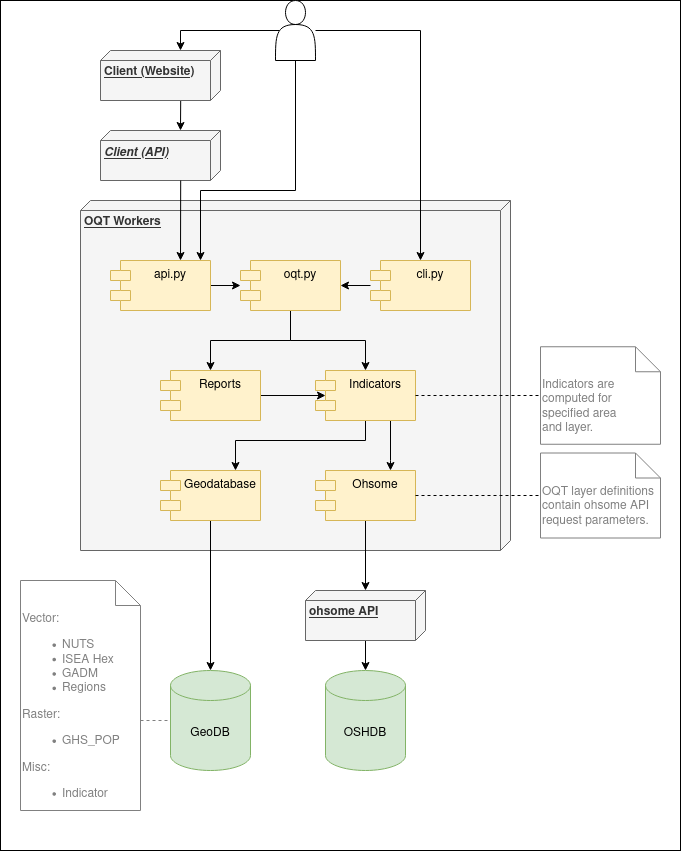
This is docs/img/UML-Component-Diagram.png from GIScience/ohsome-quality-api, a draw.io export, as it was before one commit. Source tidied: cells renumbered, new cells last; positions are measured from the earlier drawing's top-left corner, leaving out a move shared by most shapes.
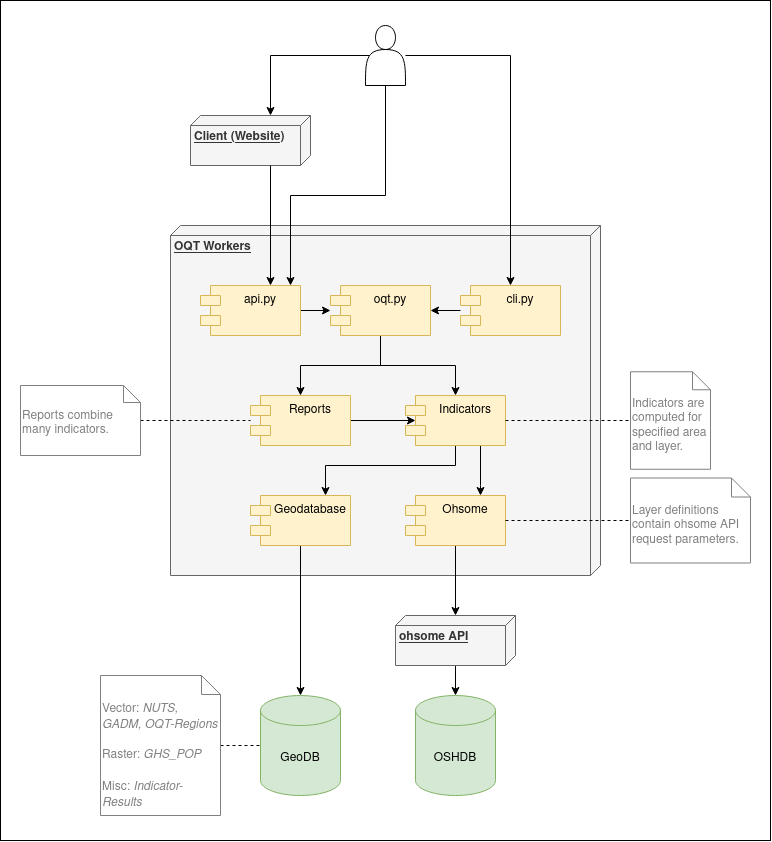
After the commit.

Commit message:
Update UML Component Diagram

What changed in the source:
```diff
@@ -3,7 +3,7 @@
     <mxCell id="0" />
     <mxCell id="1" parent="0" />
     <mxCell id="2" style="rounded=0;whiteSpace=wrap;html=1;" parent="1" vertex="1">
-      <mxGeometry width="680" height="850" as="geometry" />
+      <mxGeometry x="-90" y="-25" width="770" height="840" as="geometry" />
     </mxCell>
     <mxCell id="3" value="&lt;b&gt;OQT Workers&lt;br&gt;&lt;/b&gt;" style="verticalAlign=top;align=left;spacingTop=8;spacingLeft=2;spacingRight=12;shape=cube;size=10;direction=south;fontStyle=4;html=1;fillColor=#f5f5f5;strokeColor=#666666;fontColor=#333333;" parent="1" vertex="1">
       <mxGeometry x="80" y="200" width="430" height="350" as="geometry" />
@@ -54,9 +54,8 @@
     <mxCell id="15" value="Indicators" style="shape=module;align=left;spacingLeft=20;align=center;verticalAlign=top;fillColor=#fff2cc;strokeColor=#d6b656;" parent="1" vertex="1">
       <mxGeometry x="315" y="370" width="100" height="50" as="geometry" />
     </mxCell>
-    <mxCell id="16" style="edgeStyle=orthogonalEdgeStyle;rounded=0;jettySize=auto;html=1;entryX=0;entryY=0;entryDx=0;entryDy=55;entryPerimeter=0;exitX=0.9;exitY=0.5;exitDx=0;exitDy=0;exitPerimeter=0;" parent="1" edge="1" source="19">
+    <mxCell id="16" style="edgeStyle=orthogonalEdgeStyle;rounded=0;jettySize=auto;html=1;exitX=0.9;exitY=0.5;exitDx=0;exitDy=0;exitPerimeter=0;" parent="1" edge="1" source="19" target="21">
       <mxGeometry relative="1" as="geometry">
-        <mxPoint x="180" y="50" as="targetPoint" />
         <Array as="points">
           <mxPoint x="180" y="30" />
         </Array>
@@ -69,22 +68,16 @@
       <mxGeometry relative="1" as="geometry">
         <mxPoint x="200" y="260" as="targetPoint" />
         <Array as="points">
-          <mxPoint x="295" y="190" />
-          <mxPoint x="200" y="190" />
+          <mxPoint x="295" y="170" />
+          <mxPoint x="200" y="170" />
         </Array>
       </mxGeometry>
     </mxCell>
     <mxCell id="19" style="shape=actor;whiteSpace=wrap;html=1;flipH=1;" parent="1" vertex="1">
       <mxGeometry x="275" width="40" height="60" as="geometry" />
     </mxCell>
-    <mxCell id="20" style="rounded=0;orthogonalLoop=1;jettySize=auto;html=1;edgeStyle=elbowEdgeStyle;" parent="1" edge="1">
-      <mxGeometry relative="1" as="geometry">
-        <mxPoint x="180.2" y="100" as="sourcePoint" />
-        <mxPoint x="180.2" y="130" as="targetPoint" />
-      </mxGeometry>
-    </mxCell>
     <mxCell id="21" value="&lt;b&gt;Client (Website)&lt;/b&gt;" style="verticalAlign=top;align=left;spacingTop=8;spacingLeft=2;spacingRight=12;shape=cube;size=10;direction=south;fontStyle=4;html=1;fillColor=#f5f5f5;strokeColor=#666666;fontColor=#333333;" parent="1" vertex="1">
-      <mxGeometry x="100" y="50" width="120" height="50" as="geometry" />
+      <mxGeometry x="100" y="90" width="120" height="50" as="geometry" />
     </mxCell>
     <mxCell id="22" value="OSHDB" style="shape=cylinder3;whiteSpace=wrap;html=1;boundedLbl=1;backgroundOutline=1;size=15;strokeColor=#82b366;fillColor=#d5e8d4;" parent="1" vertex="1">
       <mxGeometry x="325" y="670" width="80" height="100" as="geometry" />
@@ -110,32 +103,37 @@
     <mxCell id="29" value="Geodatabase" style="shape=module;align=left;spacingLeft=20;align=center;verticalAlign=top;fillColor=#fff2cc;strokeColor=#d6b656;" parent="1" vertex="1">
       <mxGeometry x="160" y="470" width="100" height="50" as="geometry" />
     </mxCell>
-    <mxCell id="30" style="edgeStyle=orthogonalEdgeStyle;rounded=0;jettySize=auto;html=1;exitX=0;exitY=0;exitDx=120;exitDy=140;exitPerimeter=0;entryX=0;entryY=0.5;entryDx=0;entryDy=0;entryPerimeter=0;fontColor=#808080;endArrow=none;endFill=0;dashed=1;strokeColor=#808080;" parent="1" edge="1" source="31" target="26">
+    <mxCell id="30" style="edgeStyle=orthogonalEdgeStyle;rounded=0;jettySize=auto;html=1;dashed=1;endArrow=none;endFill=0;" parent="1" edge="1" source="31" target="26">
       <mxGeometry relative="1" as="geometry" />
     </mxCell>
-    <mxCell id="31" value="Vector:&lt;ul&gt;&lt;li&gt;NUTS&lt;/li&gt;&lt;li&gt;ISEA Hex&lt;/li&gt;&lt;li&gt;GADM&lt;/li&gt;&lt;li&gt;Regions&lt;/li&gt;&lt;/ul&gt;Raster:&lt;br&gt;&lt;ul&gt;&lt;li&gt;GHS_POP&lt;/li&gt;&lt;/ul&gt;&lt;div&gt;Misc:&lt;/div&gt;&lt;div&gt;&lt;ul&gt;&lt;li&gt;Indicator&lt;br&gt;&lt;/li&gt;&lt;/ul&gt;&lt;/div&gt;" style="shape=note2;boundedLbl=1;whiteSpace=wrap;html=1;size=25;verticalAlign=top;align=left;strokeColor=#808080;fontColor=#808080;" parent="1" vertex="1">
-      <mxGeometry x="20" y="580" width="120" height="230" as="geometry" />
+    <mxCell id="31" value="&lt;div&gt;Vector: &lt;i&gt;NUTS, GADM, OQT-Regions&lt;/i&gt;&lt;/div&gt;&lt;div&gt;&lt;br&gt;&lt;/div&gt;&lt;div&gt;Raster: &lt;i&gt;GHS_POP&lt;/i&gt;&lt;/div&gt;&lt;div&gt;&lt;i&gt;&lt;br&gt;&lt;/i&gt;&lt;/div&gt;&lt;div&gt;Misc: &lt;i&gt;Indicator-Results&lt;/i&gt;&lt;br&gt;&lt;/div&gt;" style="shape=note2;boundedLbl=1;whiteSpace=wrap;html=1;size=19;verticalAlign=top;align=left;strokeColor=#808080;fontColor=#808080;" parent="1" vertex="1">
+      <mxGeometry x="10" y="650" width="120" height="140" as="geometry" />
     </mxCell>
-    <mxCell id="32" value="&lt;i&gt;&lt;b&gt;Client (API)&lt;/b&gt;&lt;/i&gt;" style="verticalAlign=top;align=left;spacingTop=8;spacingLeft=2;spacingRight=12;shape=cube;size=10;direction=south;fontStyle=4;html=1;fillColor=#f5f5f5;strokeColor=#666666;fontColor=#333333;" parent="1" vertex="1">
-      <mxGeometry x="100" y="130" width="120" height="50" as="geometry" />
-    </mxCell>
-    <mxCell id="33" style="rounded=0;orthogonalLoop=1;jettySize=auto;html=1;edgeStyle=elbowEdgeStyle;" parent="1" edge="1">
+    <mxCell id="33" style="rounded=0;jettySize=auto;html=1;edgeStyle=elbowEdgeStyle;" parent="1" edge="1" source="21">
       <mxGeometry relative="1" as="geometry">
-        <mxPoint x="180.2" y="180" as="sourcePoint" />
         <mxPoint x="180.2" y="260" as="targetPoint" />
       </mxGeometry>
     </mxCell>
-    <mxCell id="34" value="&lt;div&gt;OQT layer definitions contain ohsome API request parameters.&lt;/div&gt;&lt;div&gt;&lt;br&gt;&lt;/div&gt;" style="shape=note2;boundedLbl=1;whiteSpace=wrap;html=1;size=25;verticalAlign=top;align=left;strokeColor=#808080;fontColor=#808080;" parent="1" vertex="1">
+    <mxCell id="34" value="&lt;div&gt;Layer definitions contain ohsome API request parameters.&lt;/div&gt;&lt;div&gt;&lt;br&gt;&lt;/div&gt;" style="shape=note2;boundedLbl=1;whiteSpace=wrap;html=1;size=19;verticalAlign=top;align=left;strokeColor=#808080;fontColor=#808080;" parent="1" vertex="1">
       <mxGeometry x="540" y="452.5" width="120" height="85" as="geometry" />
     </mxCell>
     <mxCell id="35" style="endArrow=none;dashed=1;html=1;exitX=1;exitY=0.5;exitDx=0;exitDy=0;" parent="1" edge="1" source="27" target="34">
       <mxGeometry relative="1" as="geometry" />
     </mxCell>
-    <mxCell id="36" value="&lt;div&gt;Indicators are computed for specified area&lt;br&gt; and layer.&lt;br&gt;&lt;/div&gt;&lt;div&gt;&lt;br&gt;&lt;/div&gt;" style="shape=note2;boundedLbl=1;whiteSpace=wrap;html=1;size=25;verticalAlign=top;align=left;strokeColor=#808080;fontColor=#808080;" parent="1" vertex="1">
-      <mxGeometry x="540" y="346.2" width="120" height="97.5" as="geometry" />
+    <mxCell id="36" value="&lt;div&gt;Indicators are computed for specified area&lt;br&gt; and layer.&lt;br&gt;&lt;/div&gt;&lt;div&gt;&lt;br&gt;&lt;/div&gt;" style="shape=note2;boundedLbl=1;whiteSpace=wrap;html=1;size=18;verticalAlign=top;align=left;strokeColor=#808080;fontColor=#808080;" parent="1" vertex="1">
+      <mxGeometry x="540" y="346.2" width="80" height="97.5" as="geometry" />
     </mxCell>
     <mxCell id="37" style="endArrow=none;dashed=1;html=1;exitX=1;exitY=0.5;exitDx=0;exitDy=0;" parent="1" edge="1" source="15" target="36">
       <mxGeometry relative="1" as="geometry" />
     </mxCell>
+    <mxCell id="38" style="edgeStyle=orthogonalEdgeStyle;rounded=0;jettySize=auto;html=1;dashed=1;endArrow=none;endFill=0;" parent="1" edge="1" source="39" target="12">
+      <mxGeometry relative="1" as="geometry" />
+    </mxCell>
+    <mxCell id="39" value="Reports combine many indicators.&lt;br&gt;&lt;div&gt;&lt;br&gt;&lt;/div&gt;" style="shape=note2;boundedLbl=1;whiteSpace=wrap;html=1;size=17;verticalAlign=top;align=left;strokeColor=#808080;fontColor=#808080;" parent="1" vertex="1">
+      <mxGeometry x="-70" y="360" width="120" height="70" as="geometry" />
+    </mxCell>
+    <mxCell id="40" style="edgeStyle=orthogonalEdgeStyle;rounded=0;orthogonalLoop=1;jettySize=auto;html=1;exitX=0.5;exitY=1;exitDx=0;exitDy=0;dashed=1;endArrow=none;endFill=0;" parent="1" edge="1" source="2" target="2">
+      <mxGeometry relative="1" as="geometry" />
+    </mxCell>
   </root>
 </mxGraphModel>
```
